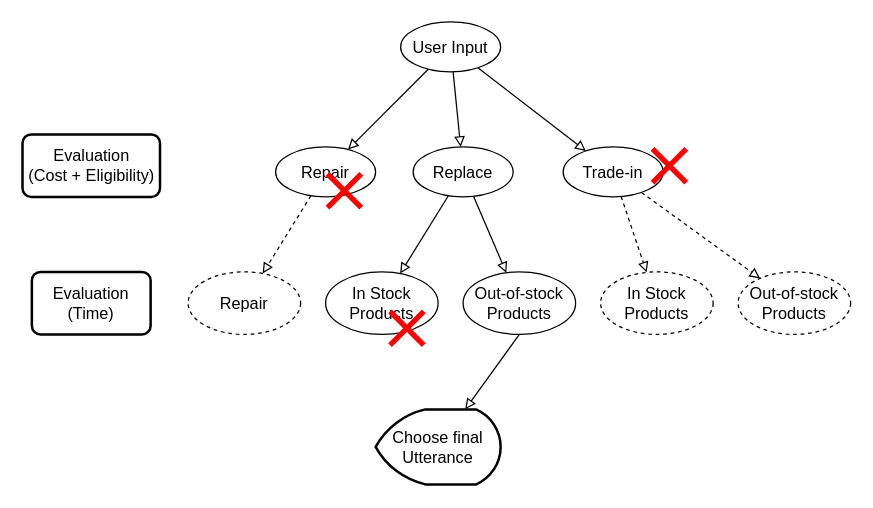
This is page "ToT" (4 of 6) of doc/XoT_Tutorial_Diagrams.drawio from Dingdong-LIU/XoT_Tutorial, a draw.io file, before an edit. Source tidied: cells renumbered, new cells numbered last; positions are measured from the earlier drawing's top-left corner, leaving out a move shared by most shapes. Both pictures are drawn from the tidied source at 125%, with x=0, y=0 at pixel (22, 21).
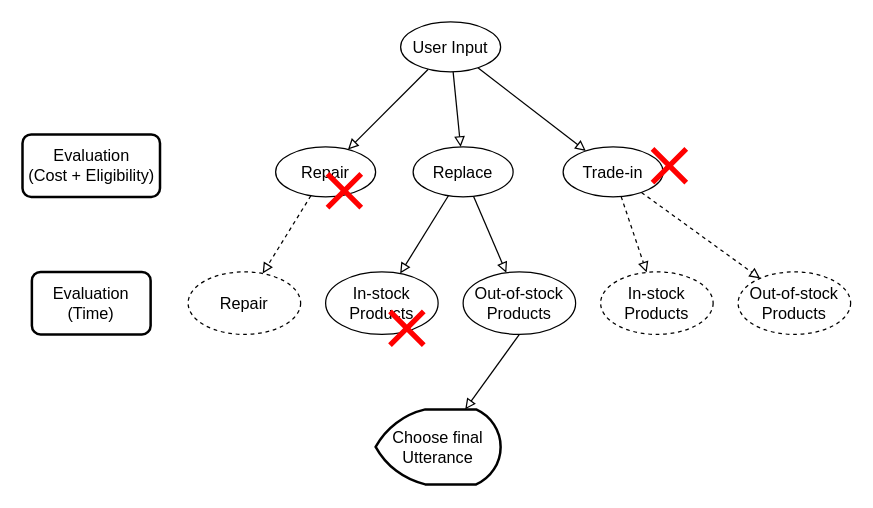
Above is the later version.

Diff of the diagram source:
```diff
@@
-    <mxCell id="17" value="In Stock Products" style="ellipse;whiteSpace=wrap;html=1;fontSize=13;" parent="1" vertex="1">
+    <mxCell id="17" value="In-stock Products" style="ellipse;whiteSpace=wrap;html=1;fontSize=13;" parent="1" vertex="1">
       <mxGeometry x="242" y="200" width="90" height="50" as="geometry" />
     </mxCell>
@@
-    <mxCell id="21" value="In Stock Products" style="ellipse;whiteSpace=wrap;html=1;dashed=1;fontSize=13;" parent="1" vertex="1">
+    <mxCell id="21" value="In-stock Products" style="ellipse;whiteSpace=wrap;html=1;dashed=1;fontSize=13;" parent="1" vertex="1">
       <mxGeometry x="462" y="200" width="90" height="50" as="geometry" />
     </mxCell>
```
